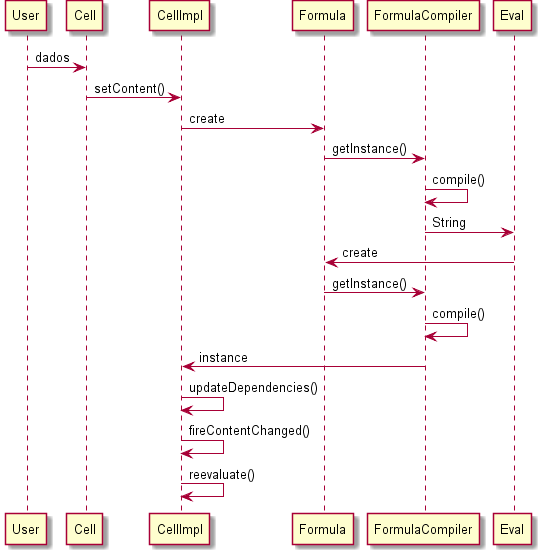
Before: src/csheets/userstories/us034/doc-files/us034_design1.png, a diagram exported from PlantUML (BeatrizSeabra/Project_Excel_Java).
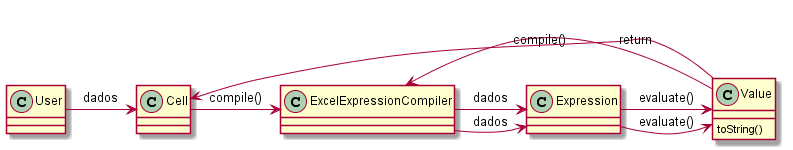
After the change.

Diff of the diagram source:
```diff
@@ -1,15 +1,11 @@
 @startuml doc-files/us034_design1.png
   User->Cell: dados
-  Cell->CellImpl: setContent()
-  CellImpl->Formula: create
-  Formula->FormulaCompiler: getInstance()
-  FormulaCompiler->FormulaCompiler: compile()
-  FormulaCompiler->Eval : String
-  Eval->Formula: create
-  Formula->FormulaCompiler: getInstance()
-  FormulaCompiler->FormulaCompiler: compile()
-  FormulaCompiler->CellImpl: instance
-  CellImpl->CellImpl: updateDependencies()
-  CellImpl->CellImpl: fireContentChanged()
-  CellImpl->CellImpl: reevaluate()
+  Cell->ExcelExpressionCompiler: compile()
+  ExcelExpressionCompiler->Expression : dados
+  Expression->Value : evaluate()
+  Value: toString()
+  Value->ExcelExpressionCompiler: compile()
+  ExcelExpressionCompiler->Expression : dados
+  Expression->Value : evaluate()
+  Value->Cell : return
 @enduml
```
